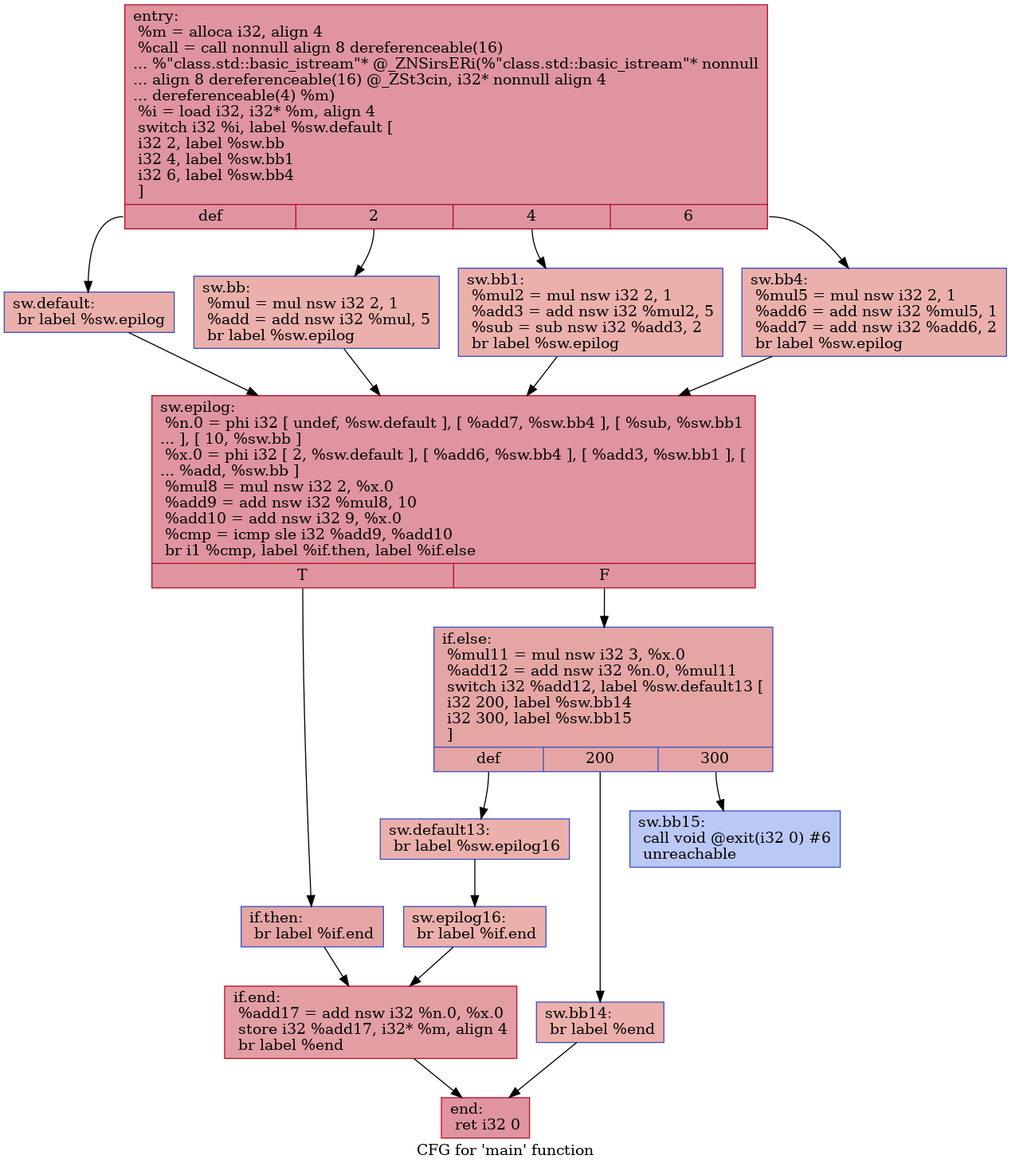
HPSSA-LLVM/HPSSA-LLVM keeps this Graphviz diagram as IR/cfg/baseline.dot.png. Above is the earlier version. Its source is kept beside it as IR/cfg/baseline.dot.
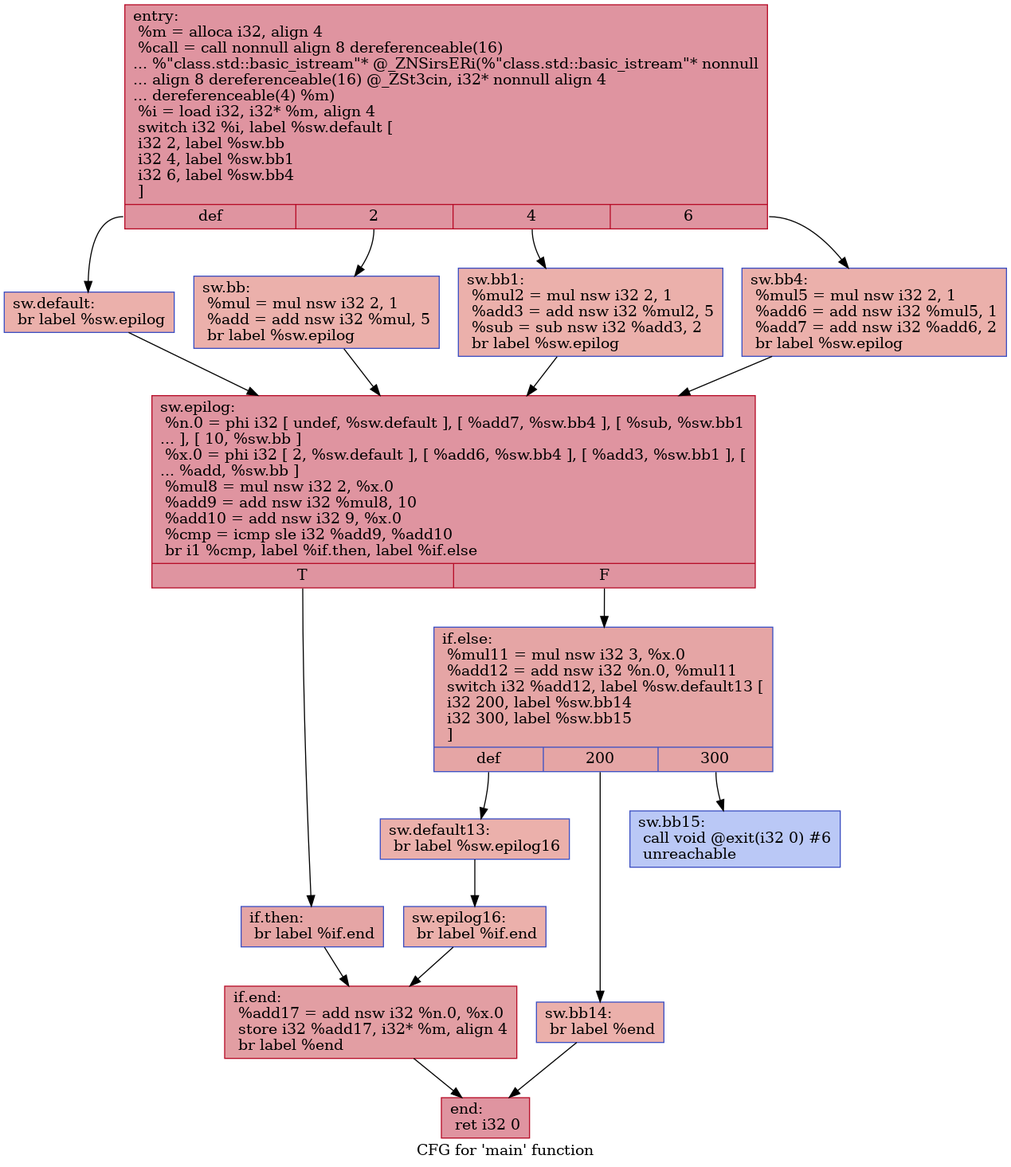
After the change.

What changed in the source:
```diff
@@ -1,36 +1,36 @@
 digraph "CFG for 'main' function" {
 	label="CFG for 'main' function";
 
-	Node0x55c2193ecce0 [shape=record,color="#b70d28ff", style=filled, fillcolor="#b70d2870",label="{entry:\l  %m = alloca i32, align 4\l  %call = call nonnull align 8 dereferenceable(16)\l... %\"class.std::basic_istream\"* @_ZNSirsERi(%\"class.std::basic_istream\"* nonnull\l... align 8 dereferenceable(16) @_ZSt3cin, i32* nonnull align 4\l... dereferenceable(4) %m)\l  %i = load i32, i32* %m, align 4\l  switch i32 %i, label %sw.default [\l    i32 2, label %sw.bb\l    i32 4, label %sw.bb1\l    i32 6, label %sw.bb4\l  ]\l|{<s0>def|<s1>2|<s2>4|<s3>6}}"];
-	Node0x55c2193ecce0:s0 -> Node0x55c2193ed150;
-	Node0x55c2193ecce0:s1 -> Node0x55c2193ed260;
-	Node0x55c2193ecce0:s2 -> Node0x55c2193ed360;
-	Node0x55c2193ecce0:s3 -> Node0x55c2193ed460;
-	Node0x55c2193ed260 [shape=record,color="#3d50c3ff", style=filled, fillcolor="#d24b4070",label="{sw.bb:                                            \l  %mul = mul nsw i32 2, 1\l  %add = add nsw i32 %mul, 5\l  br label %sw.epilog\l}"];
-	Node0x55c2193ed260 -> Node0x55c2193ed710;
-	Node0x55c2193ed360 [shape=record,color="#3d50c3ff", style=filled, fillcolor="#d24b4070",label="{sw.bb1:                                           \l  %mul2 = mul nsw i32 2, 1\l  %add3 = add nsw i32 %mul2, 5\l  %sub = sub nsw i32 %add3, 2\l  br label %sw.epilog\l}"];
-	Node0x55c2193ed360 -> Node0x55c2193ed710;
-	Node0x55c2193ed460 [shape=record,color="#3d50c3ff", style=filled, fillcolor="#d24b4070",label="{sw.bb4:                                           \l  %mul5 = mul nsw i32 2, 1\l  %add6 = add nsw i32 %mul5, 1\l  %add7 = add nsw i32 %add6, 2\l  br label %sw.epilog\l}"];
-	Node0x55c2193ed460 -> Node0x55c2193ed710;
-	Node0x55c2193ed150 [shape=record,color="#3d50c3ff", style=filled, fillcolor="#d24b4070",label="{sw.default:                                       \l  br label %sw.epilog\l}"];
-	Node0x55c2193ed150 -> Node0x55c2193ed710;
-	Node0x55c2193ed710 [shape=record,color="#b70d28ff", style=filled, fillcolor="#b70d2870",label="{sw.epilog:                                        \l  %n.0 = phi i32 [ undef, %sw.default ], [ %add7, %sw.bb4 ], [ %sub, %sw.bb1\l... ], [ 10, %sw.bb ]\l  %x.0 = phi i32 [ 2, %sw.default ], [ %add6, %sw.bb4 ], [ %add3, %sw.bb1 ], [\l... %add, %sw.bb ]\l  %mul8 = mul nsw i32 2, %x.0\l  %add9 = add nsw i32 %mul8, 10\l  %add10 = add nsw i32 9, %x.0\l  %cmp = icmp sle i32 %add9, %add10\l  br i1 %cmp, label %if.then, label %if.else\l|{<s0>T|<s1>F}}"];
-	Node0x55c2193ed710:s0 -> Node0x55c2193ee8a0;
-	Node0x55c2193ed710:s1 -> Node0x55c2193ee910;
-	Node0x55c2193ee8a0 [shape=record,color="#3d50c3ff", style=filled, fillcolor="#c5333470",label="{if.then:                                          \l  br label %if.end\l}"];
-	Node0x55c2193ee8a0 -> Node0x55c2193eed50;
-	Node0x55c2193ee910 [shape=record,color="#3d50c3ff", style=filled, fillcolor="#c5333470",label="{if.else:                                          \l  %mul11 = mul nsw i32 3, %x.0\l  %add12 = add nsw i32 %n.0, %mul11\l  switch i32 %add12, label %sw.default13 [\l    i32 200, label %sw.bb14\l    i32 300, label %sw.bb15\l  ]\l|{<s0>def|<s1>200|<s2>300}}"];
-	Node0x55c2193ee910:s0 -> Node0x55c2193eefc0;
-	Node0x55c2193ee910:s1 -> Node0x55c2193ef070;
-	Node0x55c2193ee910:s2 -> Node0x55c2193ef110;
-	Node0x55c2193eefc0 [shape=record,color="#3d50c3ff", style=filled, fillcolor="#d24b4070",label="{sw.default13:                                     \l  br label %sw.epilog16\l}"];
-	Node0x55c2193eefc0 -> Node0x55c2193ef2a0;
-	Node0x55c2193ef070 [shape=record,color="#3d50c3ff", style=filled, fillcolor="#d24b4070",label="{sw.bb14:                                          \l  br label %end\l}"];
-	Node0x55c2193ef070 -> Node0x55c2193ef390;
-	Node0x55c2193ef110 [shape=record,color="#3d50c3ff", style=filled, fillcolor="#6282ea70",label="{sw.bb15:                                          \l  call void @exit(i32 0) #6\l  unreachable\l}"];
-	Node0x55c2193ef2a0 [shape=record,color="#3d50c3ff", style=filled, fillcolor="#d24b4070",label="{sw.epilog16:                                      \l  br label %if.end\l}"];
-	Node0x55c2193ef2a0 -> Node0x55c2193eed50;
-	Node0x55c2193eed50 [shape=record,color="#b70d28ff", style=filled, fillcolor="#be242e70",label="{if.end:                                           \l  %add17 = add nsw i32 %n.0, %x.0\l  store i32 %add17, i32* %m, align 4\l  br label %end\l}"];
-	Node0x55c2193eed50 -> Node0x55c2193ef390;
-	Node0x55c2193ef390 [shape=record,color="#b70d28ff", style=filled, fillcolor="#b70d2870",label="{end:                                              \l  ret i32 0\l}"];
+	Node0x55a001a8b060 [shape=record,color="#b70d28ff", style=filled, fillcolor="#b70d2870",label="{entry:\l  %m = alloca i32, align 4\l  %call = call nonnull align 8 dereferenceable(16)\l... %\"class.std::basic_istream\"* @_ZNSirsERi(%\"class.std::basic_istream\"* nonnull\l... align 8 dereferenceable(16) @_ZSt3cin, i32* nonnull align 4\l... dereferenceable(4) %m)\l  %i = load i32, i32* %m, align 4\l  switch i32 %i, label %sw.default [\l    i32 2, label %sw.bb\l    i32 4, label %sw.bb1\l    i32 6, label %sw.bb4\l  ]\l|{<s0>def|<s1>2|<s2>4|<s3>6}}"];
+	Node0x55a001a8b060:s0 -> Node0x55a001a8b4a0;
+	Node0x55a001a8b060:s1 -> Node0x55a001a8b5b0;
+	Node0x55a001a8b060:s2 -> Node0x55a001a8b6b0;
+	Node0x55a001a8b060:s3 -> Node0x55a001a8b7b0;
+	Node0x55a001a8b5b0 [shape=record,color="#3d50c3ff", style=filled, fillcolor="#d24b4070",label="{sw.bb:                                            \l  %mul = mul nsw i32 2, 1\l  %add = add nsw i32 %mul, 5\l  br label %sw.epilog\l}"];
+	Node0x55a001a8b5b0 -> Node0x55a001a8ba60;
+	Node0x55a001a8b6b0 [shape=record,color="#3d50c3ff", style=filled, fillcolor="#d24b4070",label="{sw.bb1:                                           \l  %mul2 = mul nsw i32 2, 1\l  %add3 = add nsw i32 %mul2, 5\l  %sub = sub nsw i32 %add3, 2\l  br label %sw.epilog\l}"];
+	Node0x55a001a8b6b0 -> Node0x55a001a8ba60;
+	Node0x55a001a8b7b0 [shape=record,color="#3d50c3ff", style=filled, fillcolor="#d24b4070",label="{sw.bb4:                                           \l  %mul5 = mul nsw i32 2, 1\l  %add6 = add nsw i32 %mul5, 1\l  %add7 = add nsw i32 %add6, 2\l  br label %sw.epilog\l}"];
+	Node0x55a001a8b7b0 -> Node0x55a001a8ba60;
+	Node0x55a001a8b4a0 [shape=record,color="#3d50c3ff", style=filled, fillcolor="#d24b4070",label="{sw.default:                                       \l  br label %sw.epilog\l}"];
+	Node0x55a001a8b4a0 -> Node0x55a001a8ba60;
+	Node0x55a001a8ba60 [shape=record,color="#b70d28ff", style=filled, fillcolor="#b70d2870",label="{sw.epilog:                                        \l  %n.0 = phi i32 [ undef, %sw.default ], [ %add7, %sw.bb4 ], [ %sub, %sw.bb1\l... ], [ 10, %sw.bb ]\l  %x.0 = phi i32 [ 2, %sw.default ], [ %add6, %sw.bb4 ], [ %add3, %sw.bb1 ], [\l... %add, %sw.bb ]\l  %mul8 = mul nsw i32 2, %x.0\l  %add9 = add nsw i32 %mul8, 10\l  %add10 = add nsw i32 9, %x.0\l  %cmp = icmp sle i32 %add9, %add10\l  br i1 %cmp, label %if.then, label %if.else\l|{<s0>T|<s1>F}}"];
+	Node0x55a001a8ba60:s0 -> Node0x55a001a8cbf0;
+	Node0x55a001a8ba60:s1 -> Node0x55a001a8cc60;
+	Node0x55a001a8cbf0 [shape=record,color="#3d50c3ff", style=filled, fillcolor="#c5333470",label="{if.then:                                          \l  br label %if.end\l}"];
+	Node0x55a001a8cbf0 -> Node0x55a001a8d0a0;
+	Node0x55a001a8cc60 [shape=record,color="#3d50c3ff", style=filled, fillcolor="#c5333470",label="{if.else:                                          \l  %mul11 = mul nsw i32 3, %x.0\l  %add12 = add nsw i32 %n.0, %mul11\l  switch i32 %add12, label %sw.default13 [\l    i32 200, label %sw.bb14\l    i32 300, label %sw.bb15\l  ]\l|{<s0>def|<s1>200|<s2>300}}"];
+	Node0x55a001a8cc60:s0 -> Node0x55a001a8d310;
+	Node0x55a001a8cc60:s1 -> Node0x55a001a8d3c0;
+	Node0x55a001a8cc60:s2 -> Node0x55a001a8d460;
+	Node0x55a001a8d310 [shape=record,color="#3d50c3ff", style=filled, fillcolor="#d24b4070",label="{sw.default13:                                     \l  br label %sw.epilog16\l}"];
+	Node0x55a001a8d310 -> Node0x55a001a8d5f0;
+	Node0x55a001a8d3c0 [shape=record,color="#3d50c3ff", style=filled, fillcolor="#d24b4070",label="{sw.bb14:                                          \l  br label %end\l}"];
+	Node0x55a001a8d3c0 -> Node0x55a001a8d6e0;
+	Node0x55a001a8d460 [shape=record,color="#3d50c3ff", style=filled, fillcolor="#6282ea70",label="{sw.bb15:                                          \l  call void @exit(i32 0) #6\l  unreachable\l}"];
+	Node0x55a001a8d5f0 [shape=record,color="#3d50c3ff", style=filled, fillcolor="#d24b4070",label="{sw.epilog16:                                      \l  br label %if.end\l}"];
+	Node0x55a001a8d5f0 -> Node0x55a001a8d0a0;
+	Node0x55a001a8d0a0 [shape=record,color="#b70d28ff", style=filled, fillcolor="#be242e70",label="{if.end:                                           \l  %add17 = add nsw i32 %n.0, %x.0\l  store i32 %add17, i32* %m, align 4\l  br label %end\l}"];
+	Node0x55a001a8d0a0 -> Node0x55a001a8d6e0;
+	Node0x55a001a8d6e0 [shape=record,color="#b70d28ff", style=filled, fillcolor="#b70d2870",label="{end:                                              \l  ret i32 0\l}"];
 }
```
